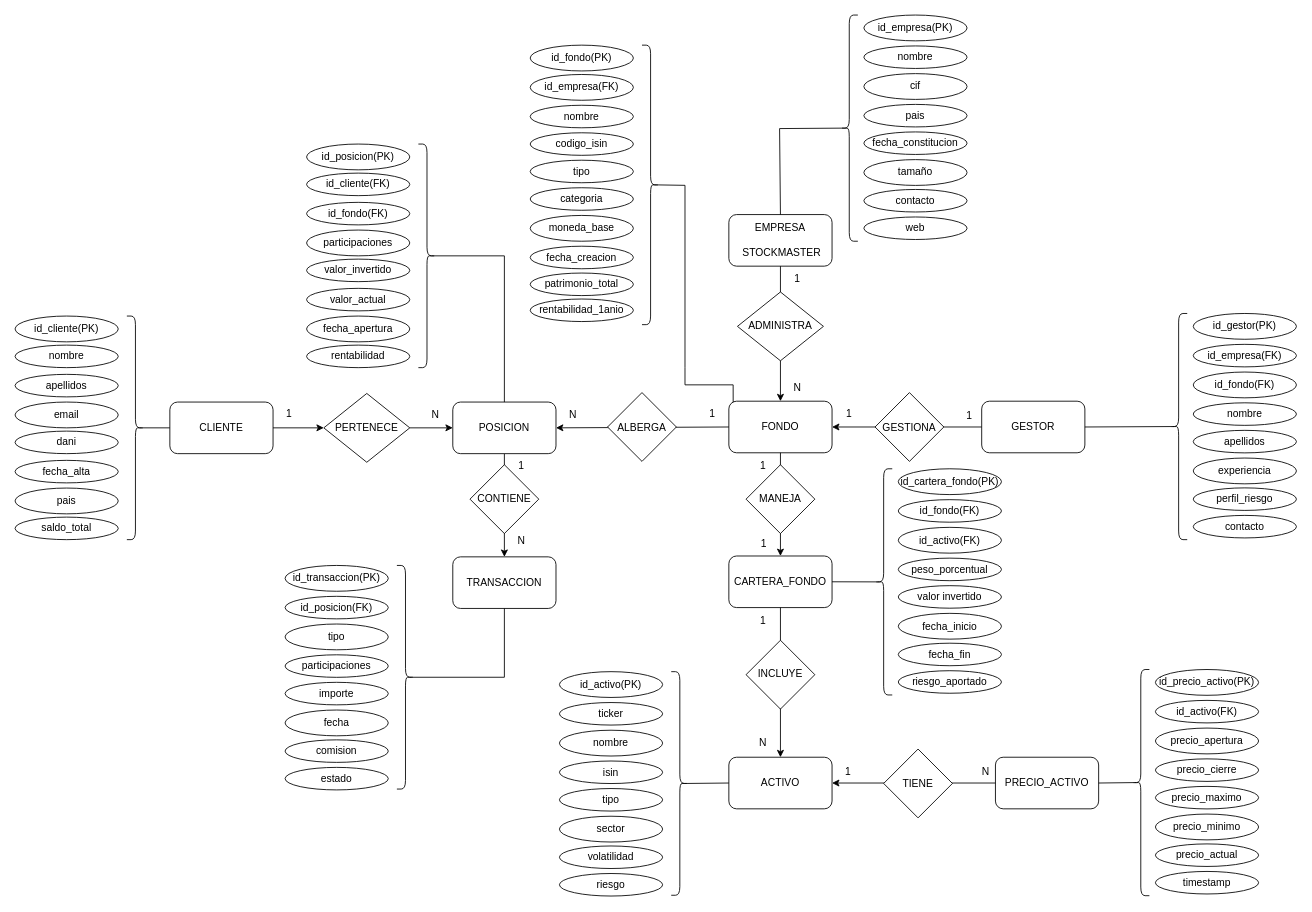
Above: docs/diagramas/ER_StockMaster.drawio in Dano913/StockMaster (draw.io), before the change. Source tidied: cells renumbered, new cells numbered last; positions are measured from the earlier drawing's top-left corner, leaving out a move shared by most shapes. Both pictures are drawn from the tidied source at 86%, with x=0, y=0 at pixel (15, 15).
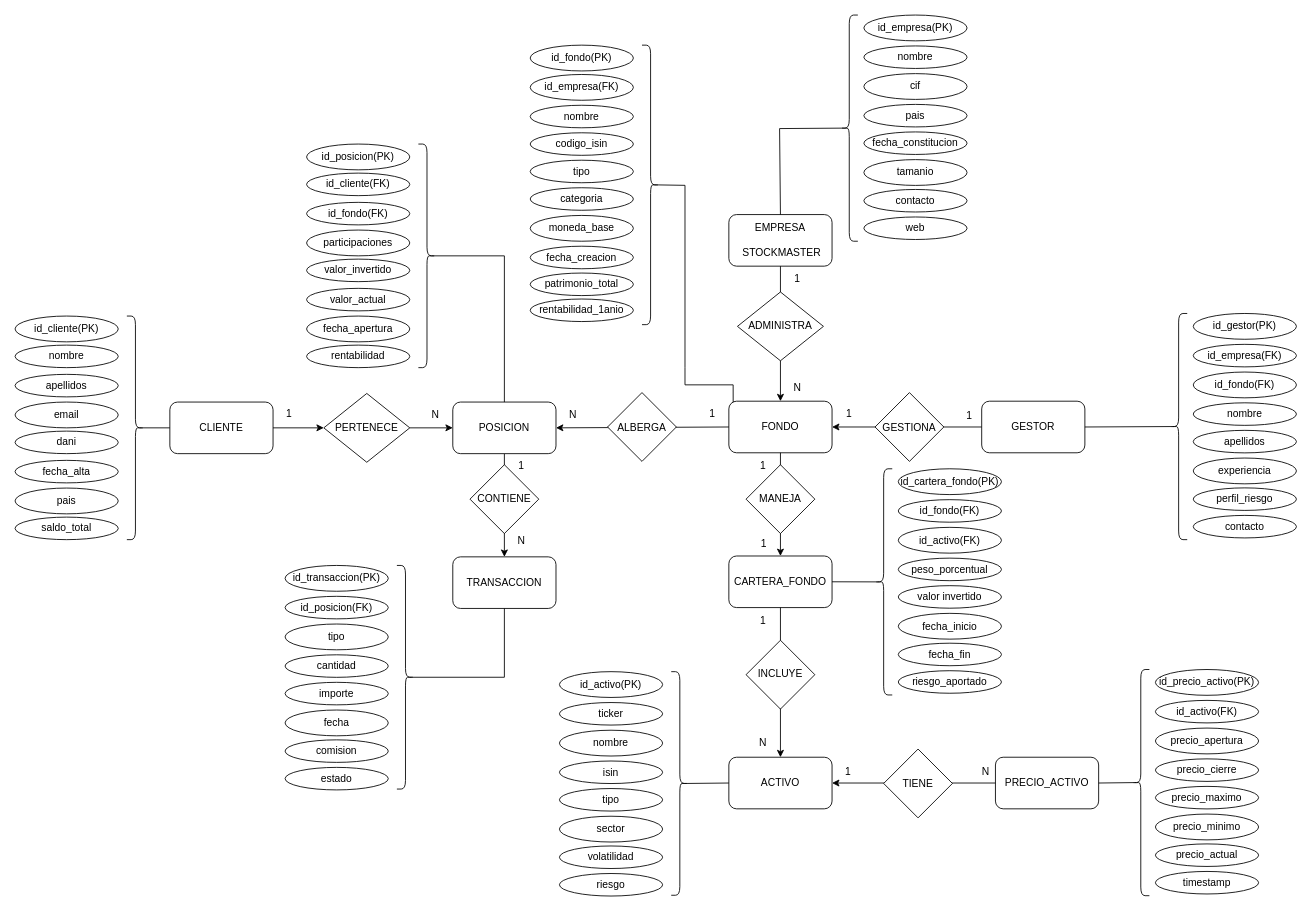
After the change.

Commit message (it also covers changes not shown here):
- Fin Diagramas ER y relacional

Diff of the diagram source:
```diff
@@
-    <mxCell id="63" value="participaciones" style="ellipse;whiteSpace=wrap;html=1;strokeColor=light-dark(#000000,#FFFF00);" parent="1" vertex="1">
+    <mxCell id="63" value="cantidad" style="ellipse;whiteSpace=wrap;html=1;strokeColor=light-dark(#000000,#FFFF00);" parent="1" vertex="1">
       <mxGeometry x="314" y="743.9" width="120" height="26.2" as="geometry" />
     </mxCell>
@@
-    <mxCell id="74" value="tamaño" style="ellipse;whiteSpace=wrap;html=1;strokeColor=light-dark(#000000,#FFFF00);" parent="1" vertex="1">
+    <mxCell id="74" value="tamanio" style="ellipse;whiteSpace=wrap;html=1;strokeColor=light-dark(#000000,#FFFF00);" parent="1" vertex="1">
       <mxGeometry x="987" y="168.1" width="120" height="30" as="geometry" />
     </mxCell>
```
